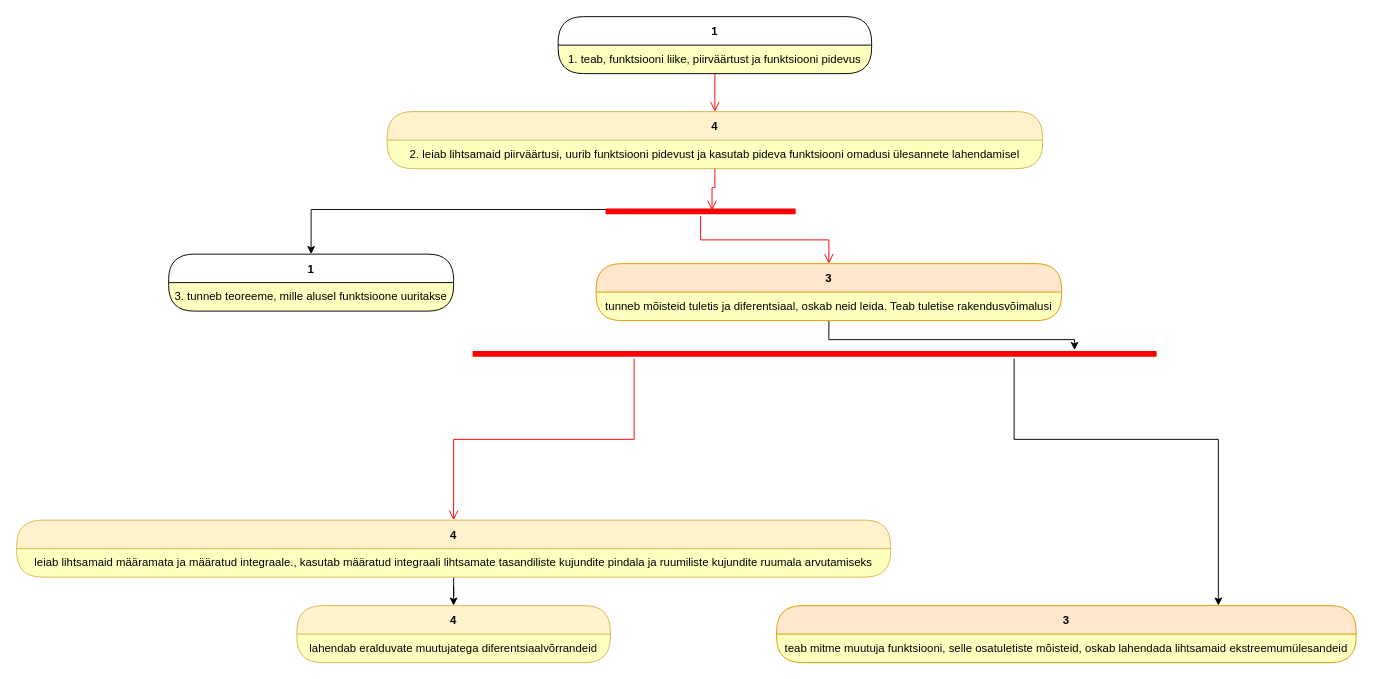
Earlier version of the draw.io diagram page "Page-3" (3 of 3) of rmd/matemaatika-3.drawio (piiskop/matemaatika-3). Source tidied: cells renumbered, new cells numbered last; positions are measured from the earlier drawing's top-left corner, leaving out a move shared by most shapes. Both pictures are drawn from the tidied source at 95%, with x=0, y=0 at pixel (16, 16).
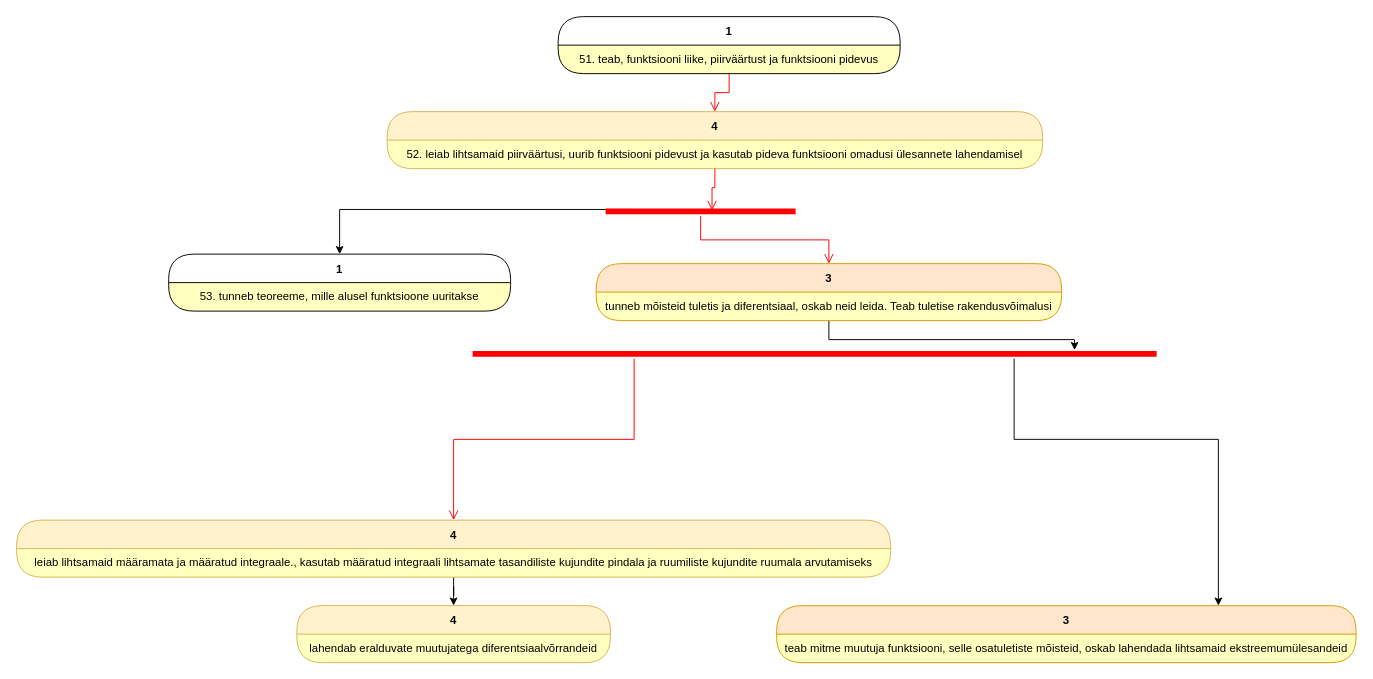
After the change.

The change refers to these unchanged cells:
```xml
<mxCell id="5" value="4" style="swimlane;fontStyle=1;align=center;verticalAlign=middle;horizontal=1;startSize=30;rounded=1;arcSize=30;swimlaneFillColor=#ffffc0;fillColor=#fff2cc;strokeColor=#d6b656;" parent="1" vertex="1">
  <mxGeometry x="390" y="100" width="690" height="60" as="geometry" />
</mxCell>
```

The edit, as a diff of the source:
```diff
@@
     <mxCell id="2" value="1" style="swimlane;fontStyle=1;align=center;verticalAlign=middle;horizontal=1;startSize=30;rounded=1;arcSize=30;swimlaneFillColor=#ffffc0;" parent="1" vertex="1">
-      <mxGeometry x="570" width="330" height="60" as="geometry" />
+      <mxGeometry x="570" width="360" height="60" as="geometry" />
     </mxCell>
-    <mxCell id="3" value="1. teab, funktsiooni liike, piirväärtust ja funktsiooni pidevus" style="text;html=1;strokeColor=none;fillColor=none;align=center;verticalAlign=middle;spacingLeft=4;spacingRight=4;whiteSpace=wrap;overflow=hidden;fontColor=#000000;" parent="2" vertex="1">
-      <mxGeometry y="30" width="330" height="30" as="geometry" />
+    <mxCell id="3" value="51. teab, funktsiooni liike, piirväärtust ja funktsiooni pidevus" style="text;html=1;strokeColor=none;fillColor=none;align=center;verticalAlign=middle;spacingLeft=4;spacingRight=4;whiteSpace=wrap;overflow=hidden;fontColor=#000000;" parent="2" vertex="1">
+      <mxGeometry y="30" width="360" height="30" as="geometry" />
     </mxCell>
@@
-    <mxCell id="6" value="2. leiab lihtsamaid piirväärtusi, uurib funktsiooni pidevust ja kasutab pideva funktsiooni omadusi ülesannete lahendamisel" style="text;html=1;strokeColor=none;fillColor=none;align=center;verticalAlign=middle;spacingLeft=4;spacingRight=4;whiteSpace=wrap;overflow=hidden;fontColor=#000000;" parent="5" vertex="1">
+    <mxCell id="6" value="52. leiab lihtsamaid piirväärtusi, uurib funktsiooni pidevust ja kasutab pideva funktsiooni omadusi ülesannete lahendamisel" style="text;html=1;strokeColor=none;fillColor=none;align=center;verticalAlign=middle;spacingLeft=4;spacingRight=4;whiteSpace=wrap;overflow=hidden;fontColor=#000000;" parent="5" vertex="1">
       <mxGeometry y="30" width="690" height="30" as="geometry" />
     </mxCell>
@@
     <mxCell id="11" value="1" style="swimlane;fontStyle=1;align=center;verticalAlign=middle;horizontal=1;startSize=30;rounded=1;arcSize=30;swimlaneFillColor=#ffffc0;" parent="1" vertex="1">
-      <mxGeometry x="160" y="250" width="300" height="60" as="geometry" />
+      <mxGeometry x="160" y="250" width="360" height="60" as="geometry" />
     </mxCell>
-    <mxCell id="12" value="3. tunneb teoreeme, mille alusel funktsioone uuritakse" style="text;html=1;strokeColor=none;fillColor=none;align=center;verticalAlign=middle;spacingLeft=4;spacingRight=4;whiteSpace=wrap;overflow=hidden;fontColor=#000000;" parent="11" vertex="1">
-      <mxGeometry y="30" width="300" height="30" as="geometry" />
+    <mxCell id="12" value="53. tunneb teoreeme, mille alusel funktsioone uuritakse" style="text;html=1;strokeColor=none;fillColor=none;align=center;verticalAlign=middle;spacingLeft=4;spacingRight=4;whiteSpace=wrap;overflow=hidden;fontColor=#000000;" parent="11" vertex="1">
+      <mxGeometry y="30" width="360" height="30" as="geometry" />
     </mxCell>
```
